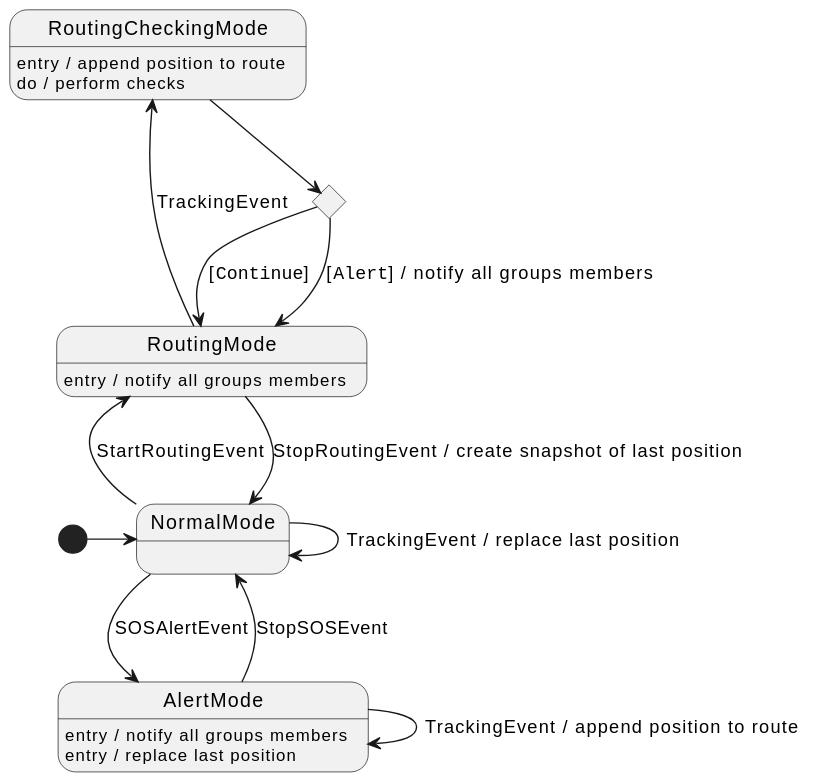
This is res/location-service-behavior.svg from position-pal/position-pal.github.io, a PlantUML export, as it was before one commit.
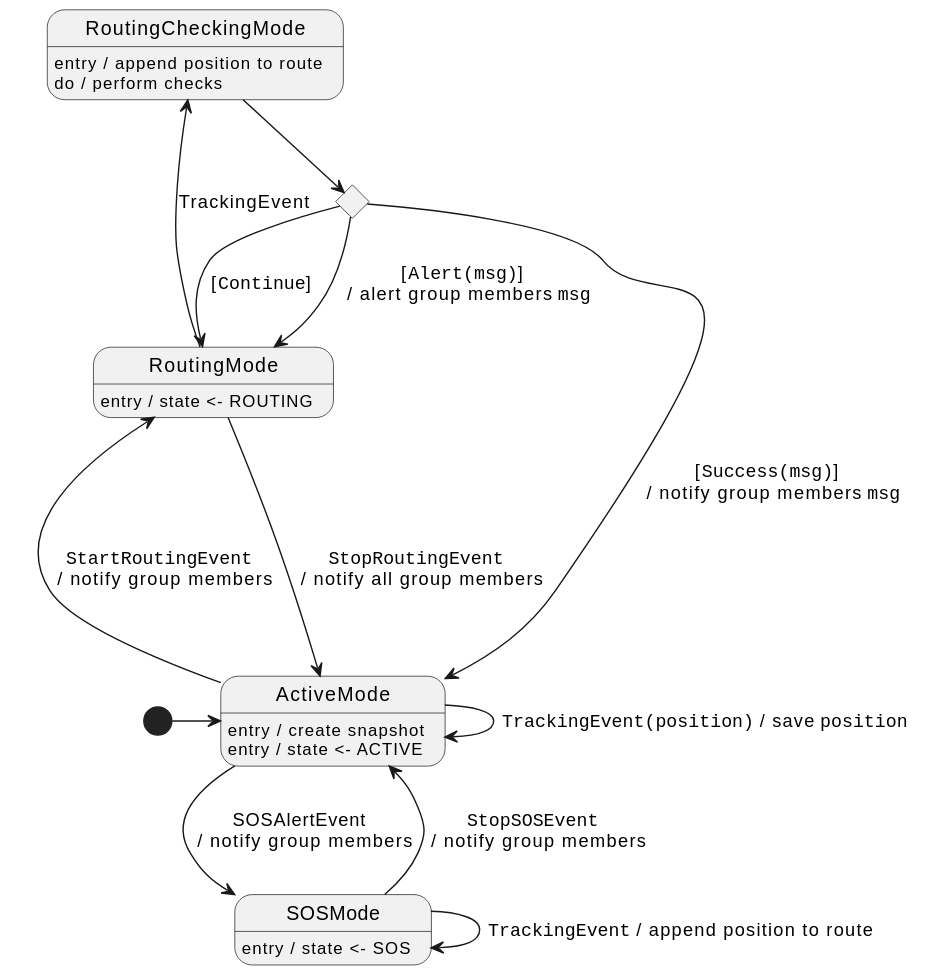
After the commit.

Commit message:
Deploying to main from @ position-pal/Documentation@6306d05f0b10bbff399a17e4aaf2536c4b126f53 🚀

The edit, as a diff of the source:
```diff
@@ -1,22 +1,25 @@
 @startuml
-[*] -> NormalMode
+[*] -> ActiveMode
 
-NormalMode -> NormalMode : TrackingEvent / replace last position
+ActiveMode -> ActiveMode : ""TrackingEvent(position)"" / save ""position""
+ActiveMode: entry / create snapshot
+ActiveMode: entry / state <- ACTIVE
+ActiveMode -up-> RoutingMode : ""StartRoutingEvent"" \n / notify group members
+ActiveMode --> SOSMode : SOSAlertEvent \n / notify group members
 
-NormalMode -up-> RoutingMode : StartRoutingEvent
-RoutingMode: entry / notify all groups members
-RoutingMode -up-> NormalMode : StopRoutingEvent / create snapshot of last position
+RoutingMode: entry / state <- ROUTING
+RoutingMode ---> ActiveMode : ""StopRoutingEvent"" \n / notify all group members
 RoutingMode -up-> RoutingCheckingMode : TrackingEvent
+
 RoutingCheckingMode: entry / append position to route
 RoutingCheckingMode: do / perform checks
 state c <<choice>>
 RoutingCheckingMode --> c
 c --> RoutingMode : [""Continue""]
-c --> RoutingMode : [""Alert""] / notify all groups members
+c --> RoutingMode : [""Alert(msg)""] \n / alert group members ""msg""
+c --> ActiveMode : [""Success(msg)""] \n / notify group members ""msg""
 
-NormalMode --> AlertMode : SOSAlertEvent
-AlertMode: entry / notify all groups members
-AlertMode: entry / replace last position
-AlertMode --> AlertMode : TrackingEvent / append position to route
-AlertMode --> NormalMode : StopSOSEvent
+SOSMode: entry / state <- SOS
+SOSMode --> SOSMode : ""TrackingEvent"" / append position to route
+SOSMode --> ActiveMode : ""StopSOSEvent"" \n / notify group members
 @enduml
```
